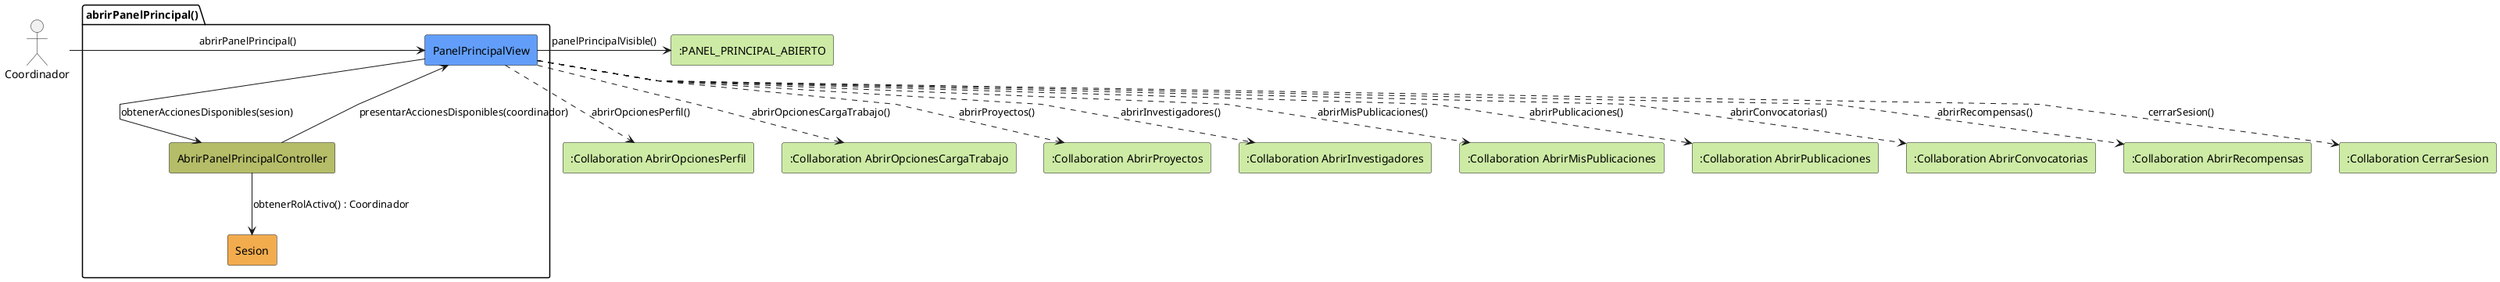
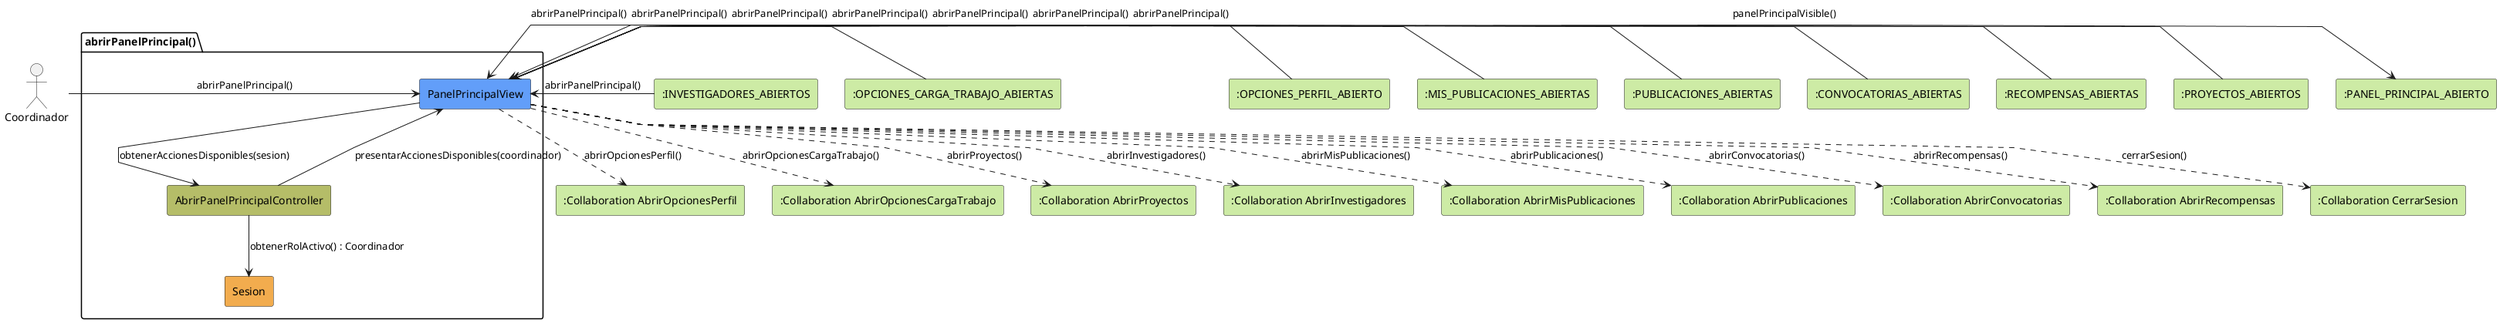
@startuml abrirPanelPrincipal-analisis
skinparam linetype polyline

actor Coordinador

package abrirPanelPrincipal as "abrirPanelPrincipal()" {
    rectangle #629EF9 PanelPrincipalView
    rectangle #b5bd68 AbrirPanelPrincipalController
    rectangle #F2AC4E Sesion
}

rectangle #CDEBA5 ":PANEL_PRINCIPAL_ABIERTO" as PanelPrincipalAbierto
+ rectangle #CDEBA5 ":INVESTIGADORES_ABIERTOS" as InvestigadoresAbiertos
+ rectangle #CDEBA5 ":OPCIONES_CARGA_TRABAJO_ABIERTAS" as OpcionesCargaTrabajoAbiertas
+ rectangle #CDEBA5 ":OPCIONES_PERFIL_ABIERTO" as OpcionesPerfilAbierto
+ rectangle #CDEBA5 ":MIS_PUBLICACIONES_ABIERTAS" as MisPublicacionesAbiertas
+ rectangle #CDEBA5 ":PUBLICACIONES_ABIERTAS" as PublicacionesAbiertas
+ rectangle #CDEBA5 ":CONVOCATORIAS_ABIERTAS" as ConvocatoriasAbiertas
+ rectangle #CDEBA5 ":RECOMPENSAS_ABIERTAS" as RecompensasAbiertas
+ rectangle #CDEBA5 ":PROYECTOS_ABIERTOS" as ProyectosAbiertos
rectangle #CDEBA5 ":Collaboration AbrirOpcionesPerfil" as AbrirOpcionesPerfil
rectangle #CDEBA5 ":Collaboration AbrirOpcionesCargaTrabajo" as AbrirOpcionesCargaTrabajo
rectangle #CDEBA5 ":Collaboration AbrirProyectos" as AbrirProyectos
rectangle #CDEBA5 ":Collaboration AbrirInvestigadores" as AbrirInvestigadores
rectangle #CDEBA5 ":Collaboration AbrirMisPublicaciones" as AbrirMisPublicaciones
rectangle #CDEBA5 ":Collaboration AbrirPublicaciones" as AbrirPublicaciones
rectangle #CDEBA5 ":Collaboration AbrirConvocatorias" as AbrirConvocatorias
rectangle #CDEBA5 ":Collaboration AbrirRecompensas" as AbrirRecompensas
rectangle #CDEBA5 ":Collaboration CerrarSesion" as CerrarSesion

Coordinador -r-> PanelPrincipalView: abrirPanelPrincipal()
+ 
+ InvestigadoresAbiertos -r-> PanelPrincipalView: abrirPanelPrincipal()
+ OpcionesCargaTrabajoAbiertas -r-> PanelPrincipalView: abrirPanelPrincipal()
+ OpcionesPerfilAbierto -r-> PanelPrincipalView: abrirPanelPrincipal()
+ MisPublicacionesAbiertas -r-> PanelPrincipalView: abrirPanelPrincipal()
+ PublicacionesAbiertas -r-> PanelPrincipalView: abrirPanelPrincipal()
+ ConvocatoriasAbiertas -r-> PanelPrincipalView: abrirPanelPrincipal()
+ RecompensasAbiertas -r-> PanelPrincipalView: abrirPanelPrincipal()
+ ProyectosAbiertos -r-> PanelPrincipalView: abrirPanelPrincipal()

PanelPrincipalView -d-> AbrirPanelPrincipalController: obtenerAccionesDisponibles(sesion)

AbrirPanelPrincipalController --> Sesion: obtenerRolActivo() : Coordinador

AbrirPanelPrincipalController --> PanelPrincipalView: presentarAccionesDisponibles(coordinador)

PanelPrincipalView -r-> PanelPrincipalAbierto: panelPrincipalVisible()
PanelPrincipalView ..> AbrirOpcionesPerfil: abrirOpcionesPerfil()
PanelPrincipalView ..> AbrirOpcionesCargaTrabajo: abrirOpcionesCargaTrabajo()
PanelPrincipalView ..> AbrirProyectos: abrirProyectos()
PanelPrincipalView ..> AbrirInvestigadores: abrirInvestigadores()
PanelPrincipalView ..> AbrirMisPublicaciones: abrirMisPublicaciones()
PanelPrincipalView ..> AbrirPublicaciones: abrirPublicaciones()
PanelPrincipalView ..> AbrirConvocatorias: abrirConvocatorias()
PanelPrincipalView ..> AbrirRecompensas: abrirRecompensas()
PanelPrincipalView ..> CerrarSesion: cerrarSesion()

@enduml
